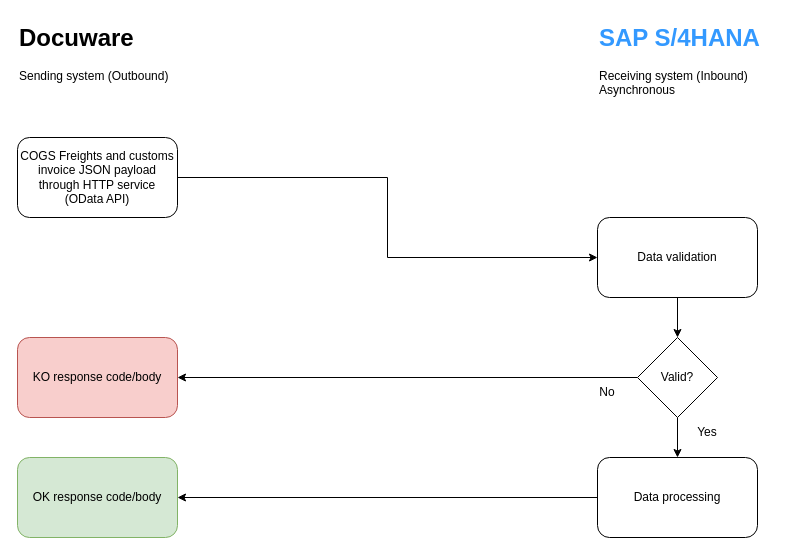
The draw.io diagram INT25002 - Docuware COGS and Freights.drawio in DergaFicarraAndrea/Diagrams, before the edit. Source tidied: cells renumbered, new cells numbered last; positions are measured from the earlier drawing's top-left corner, leaving out a move shared by most shapes. Both pictures are drawn from the tidied source at 100%, with x=0, y=0 at pixel (17, 17).
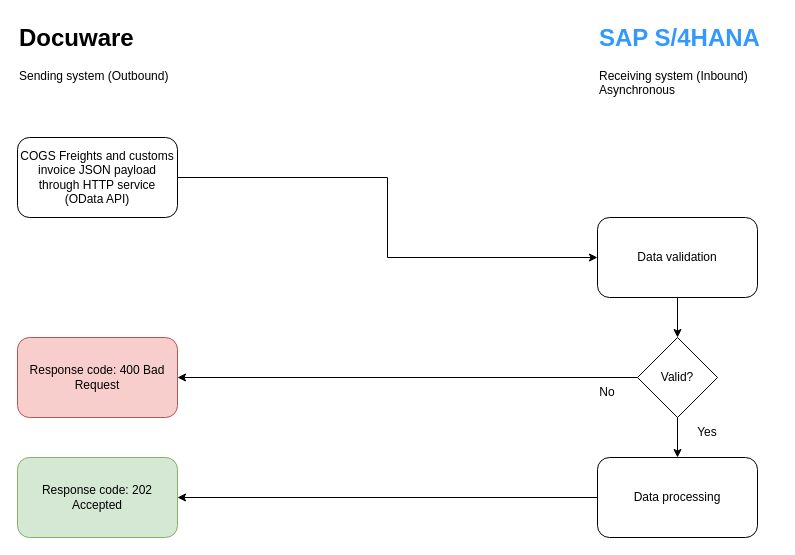
The same page after the edit.

Diff of the diagram source:
```diff
@@
 <mxGraphModel>
   <root>
     <mxCell id="0" />
     <mxCell id="1" parent="0" />
     <mxCell id="2" value="&lt;h1 style=&quot;margin-top: 0px;&quot;&gt;Docuware&lt;/h1&gt;&lt;div&gt;Sending system (Outbound)&lt;/div&gt;" style="text;html=1;whiteSpace=wrap;overflow=hidden;rounded=0;" parent="1" vertex="1">
       <mxGeometry width="180" height="70" as="geometry" />
     </mxCell>
     <mxCell id="3" value="&lt;h1 style=&quot;margin-top: 0px;&quot;&gt;&lt;font style=&quot;color: rgb(51, 153, 255);&quot;&gt;SAP S/4HANA&lt;/font&gt;&lt;/h1&gt;&lt;div&gt;Receiving system (&lt;span style=&quot;background-color: transparent; color: light-dark(rgb(0, 0, 0), rgb(255, 255, 255));&quot;&gt;Inbound)&lt;/span&gt;&lt;/div&gt;&lt;div&gt;Asynchronous&lt;/div&gt;" style="text;html=1;whiteSpace=wrap;overflow=hidden;rounded=0;" parent="1" vertex="1">
       <mxGeometry x="580" width="180" height="80" as="geometry" />
     </mxCell>
     <mxCell id="4" style="edgeStyle=orthogonalEdgeStyle;rounded=0;jettySize=auto;html=1;" parent="1" edge="1" source="5" target="7">
       <mxGeometry relative="1" as="geometry" />
     </mxCell>
     <mxCell id="5" value="COGS Freights and customs invoice JSON payload through HTTP service (OData API)" style="rounded=1;whiteSpace=wrap;html=1;" parent="1" vertex="1">
       <mxGeometry y="120" width="160" height="80" as="geometry" />
     </mxCell>
     <mxCell id="6" style="edgeStyle=orthogonalEdgeStyle;rounded=0;jettySize=auto;html=1;" parent="1" edge="1" source="7" target="10">
       <mxGeometry relative="1" as="geometry" />
     </mxCell>
     <mxCell id="7" value="Data validation" style="rounded=1;whiteSpace=wrap;html=1;" parent="1" vertex="1">
       <mxGeometry x="580" y="200" width="160" height="80" as="geometry" />
     </mxCell>
     <mxCell id="8" style="edgeStyle=orthogonalEdgeStyle;rounded=0;jettySize=auto;html=1;entryX=0.5;entryY=0;entryDx=0;entryDy=0;" parent="1" edge="1" source="10" target="13">
       <mxGeometry relative="1" as="geometry" />
     </mxCell>
     <mxCell id="9" style="edgeStyle=orthogonalEdgeStyle;rounded=0;jettySize=auto;html=1;entryX=1;entryY=0.5;entryDx=0;entryDy=0;" parent="1" edge="1" source="10" target="11">
       <mxGeometry relative="1" as="geometry" />
     </mxCell>
     <mxCell id="10" value="Valid?" style="rhombus;whiteSpace=wrap;html=1;" parent="1" vertex="1">
       <mxGeometry x="620" y="320" width="80" height="80" as="geometry" />
     </mxCell>
-    <mxCell id="11" value="KO response code/body" style="rounded=1;whiteSpace=wrap;html=1;fillColor=#f8cecc;strokeColor=#b85450;" parent="1" vertex="1">
+    <mxCell id="11" value="Response code: 400 Bad Request" style="rounded=1;whiteSpace=wrap;html=1;fillColor=#f8cecc;strokeColor=#b85450;" parent="1" vertex="1">
       <mxGeometry y="320" width="160" height="80" as="geometry" />
     </mxCell>
     <mxCell id="12" style="edgeStyle=orthogonalEdgeStyle;rounded=0;jettySize=auto;html=1;entryX=1;entryY=0.5;entryDx=0;entryDy=0;" parent="1" edge="1" source="13" target="16">
       <mxGeometry relative="1" as="geometry" />
     </mxCell>
     <mxCell id="13" value="Data processing" style="rounded=1;whiteSpace=wrap;html=1;" parent="1" vertex="1">
       <mxGeometry x="580" y="440" width="160" height="80" as="geometry" />
     </mxCell>
     <mxCell id="14" value="Yes" style="text;html=1;whiteSpace=wrap;strokeColor=none;fillColor=none;align=center;verticalAlign=middle;rounded=0;" parent="1" vertex="1">
       <mxGeometry x="660" y="400" width="60" height="30" as="geometry" />
     </mxCell>
     <mxCell id="15" value="No" style="text;html=1;whiteSpace=wrap;strokeColor=none;fillColor=none;align=center;verticalAlign=middle;rounded=0;" parent="1" vertex="1">
       <mxGeometry x="560" y="360" width="60" height="30" as="geometry" />
     </mxCell>
-    <mxCell id="16" value="OK response code/body" style="rounded=1;whiteSpace=wrap;html=1;fillColor=#d5e8d4;strokeColor=#82b366;" parent="1" vertex="1">
+    <mxCell id="16" value="Response code: 202 Accepted" style="rounded=1;whiteSpace=wrap;html=1;fillColor=#d5e8d4;strokeColor=#82b366;" parent="1" vertex="1">
       <mxGeometry y="440" width="160" height="80" as="geometry" />
     </mxCell>
   </root>
 </mxGraphModel>
```
